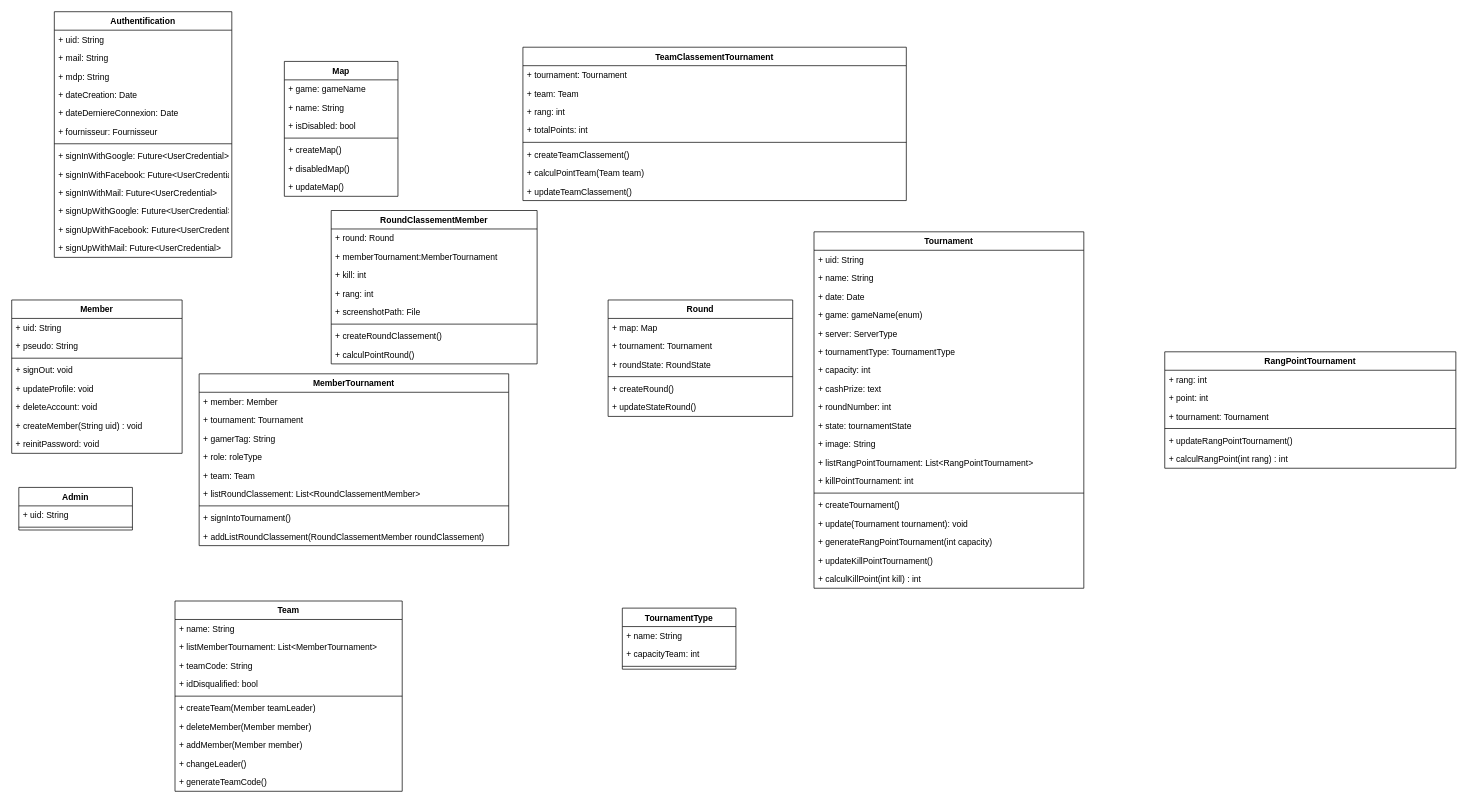
Before: ospawn_cup.drawio in AlexandreMaillot/O-Spawn-Cup, a draw.io diagram. Source tidied: cells renumbered, new cells numbered last; positions are measured from the earlier drawing's top-left corner, leaving out a move shared by most shapes. Both pictures are drawn from the tidied source at 71%, with x=0, y=0 at pixel (11, 11).
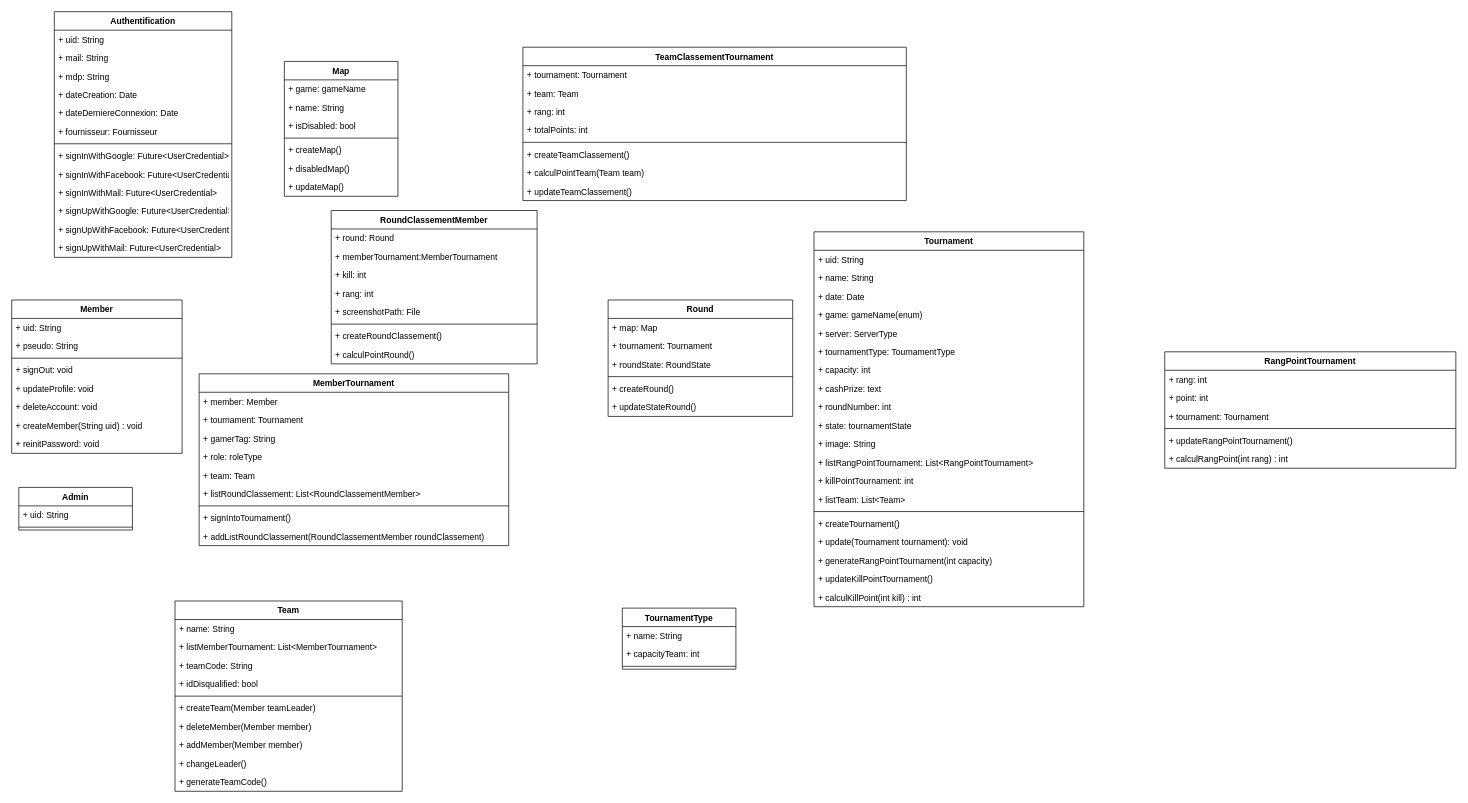
Above is the later version.

Change to the diagram source:
```diff
@@
     <mxCell id="25" value="Tournament" style="swimlane;fontStyle=1;align=center;verticalAlign=top;horizontal=1;startSize=26;" parent="1" vertex="1">
-      <mxGeometry x="1130" y="310" width="380" height="502" as="geometry" />
+      <mxGeometry x="1130" y="310" width="380" height="528" as="geometry" />
     </mxCell>
@@
+    <mxCell id="113" value="+ listTeam: List&lt;Team&gt;" style="text;strokeColor=none;fillColor=none;align=left;verticalAlign=top;spacingLeft=4;spacingRight=4;overflow=hidden;" parent="25" vertex="1">
+      <mxGeometry y="364" width="380" height="26" as="geometry" />
+    </mxCell>
     <mxCell id="39" style="line;strokeWidth=1;fillColor=none;align=left;verticalAlign=middle;spacingTop=-1;spacingLeft=3;spacingRight=3;labelPosition=right;" parent="25" vertex="1">
-      <mxGeometry y="364" width="380" height="8" as="geometry" />
+      <mxGeometry y="390" width="380" height="8" as="geometry" />
     </mxCell>
     <mxCell id="40" value="+ createTournament()" style="text;strokeColor=none;fillColor=none;align=left;verticalAlign=top;spacingLeft=4;spacingRight=4;overflow=hidden;" parent="25" vertex="1">
-      <mxGeometry y="372" width="380" height="26" as="geometry" />
+      <mxGeometry y="398" width="380" height="26" as="geometry" />
     </mxCell>
     <mxCell id="41" value="+ update(Tournament tournament): void" style="text;strokeColor=none;fillColor=none;align=left;verticalAlign=top;spacingLeft=4;spacingRight=4;overflow=hidden;" parent="25" vertex="1">
-      <mxGeometry y="398" width="380" height="26" as="geometry" />
+      <mxGeometry y="424" width="380" height="26" as="geometry" />
     </mxCell>
     <mxCell id="42" value="+ generateRangPointTournament(int capacity)" style="text;strokeColor=none;fillColor=none;align=left;verticalAlign=top;spacingLeft=4;spacingRight=4;overflow=hidden;" parent="25" vertex="1">
-      <mxGeometry y="424" width="380" height="26" as="geometry" />
+      <mxGeometry y="450" width="380" height="26" as="geometry" />
     </mxCell>
     <mxCell id="43" value="+ updateKillPointTournament()" style="text;strokeColor=none;fillColor=none;align=left;verticalAlign=top;spacingLeft=4;spacingRight=4;overflow=hidden;" parent="25" vertex="1">
-      <mxGeometry y="450" width="380" height="26" as="geometry" />
+      <mxGeometry y="476" width="380" height="26" as="geometry" />
     </mxCell>
     <mxCell id="44" value="+ calculKillPoint(int kill) : int" style="text;strokeColor=none;fillColor=none;align=left;verticalAlign=top;spacingLeft=4;spacingRight=4;overflow=hidden;" parent="25" vertex="1">
-      <mxGeometry y="476" width="380" height="26" as="geometry" />
+      <mxGeometry y="502" width="380" height="26" as="geometry" />
     </mxCell>
```
